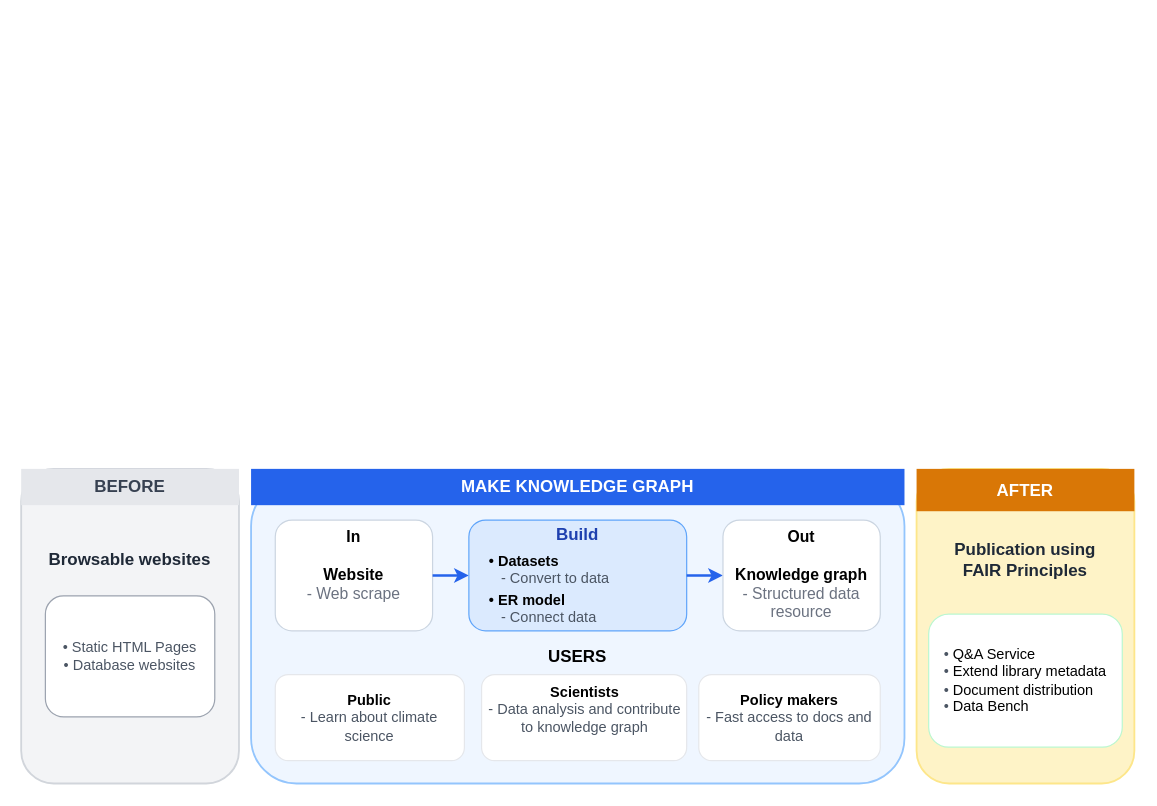
The draw.io diagram images/dia2.drawio in TIBHannover/climate-knowledge-graph, before the edit. Source tidied: cells renumbered, new cells numbered last; positions are measured from the earlier drawing's top-left corner, leaving out a move shared by most shapes. Both pictures are drawn from the tidied source at 121%, with x=0, y=0 at pixel (21, 468).
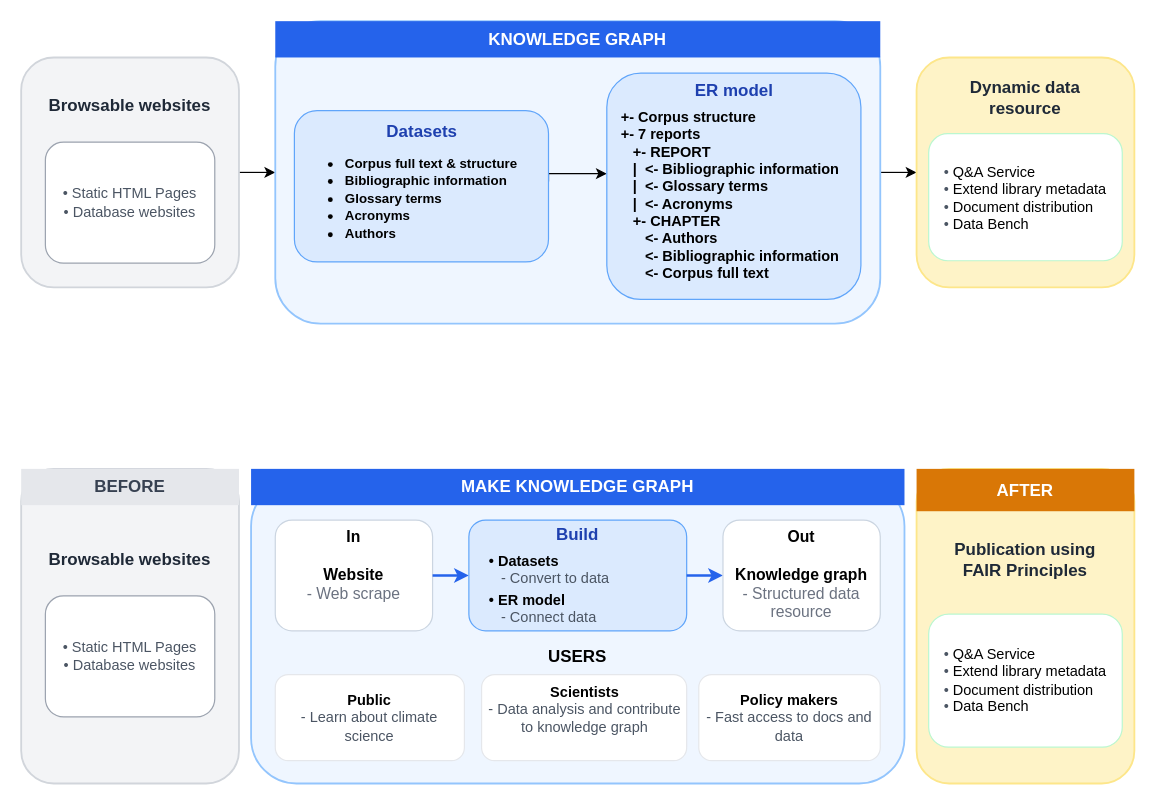
After the change.

The edit, as a diff of the source:
```diff
@@
+    <mxCell id="24" style="edgeStyle=orthogonalEdgeStyle;rounded=0;jettySize=auto;html=1;exitX=1;exitY=0.5;exitDx=0;exitDy=0;entryX=0;entryY=0.5;entryDx=0;entryDy=0;" parent="1" edge="1" source="25" target="27">
+      <mxGeometry relative="1" as="geometry" />
+    </mxCell>
+    <mxCell id="25" style="rounded=1;whiteSpace=wrap;html=1;fillColor=#F3F4F6;strokeColor=#D1D5DB;strokeWidth=1.5;" parent="1" vertex="1">
+      <mxGeometry y="-340" width="180" height="190" as="geometry" />
+    </mxCell>
+    <mxCell id="26" style="edgeStyle=orthogonalEdgeStyle;rounded=0;jettySize=auto;html=1;exitX=1;exitY=0.5;exitDx=0;exitDy=0;entryX=0;entryY=0.5;entryDx=0;entryDy=0;" parent="1" edge="1" source="27" target="28">
+      <mxGeometry relative="1" as="geometry" />
+    </mxCell>
+    <mxCell id="27" style="rounded=1;whiteSpace=wrap;html=1;fillColor=#EFF6FF;strokeColor=#93C5FD;strokeWidth=1.5;verticalAlign=top;" parent="1" vertex="1">
+      <mxGeometry x="210" y="-370" width="500" height="250" as="geometry" />
+    </mxCell>
+    <mxCell id="28" style="rounded=1;whiteSpace=wrap;html=1;fillColor=#FEF3C7;strokeColor=#FDE68A;strokeWidth=1.5;" parent="1" vertex="1">
+      <mxGeometry x="740" y="-340" width="180" height="190" as="geometry" />
+    </mxCell>
+    <mxCell id="29" value="&lt;div style=&quot;text-align: left;&quot;&gt;&lt;span style=&quot;color: rgb(75, 85, 99); background-color: transparent; text-align: center;&quot;&gt;•&lt;/span&gt;&lt;span style=&quot;color: rgb(75, 85, 99); background-color: transparent; text-align: center;&quot;&gt;&amp;nbsp;&lt;/span&gt;&lt;span style=&quot;background-color: transparent; color: light-dark(rgb(0, 0, 0), rgb(255, 255, 255));&quot;&gt;Q&amp;amp;A Service&lt;/span&gt;&lt;/div&gt;&lt;div style=&quot;text-align: left;&quot;&gt;&lt;span style=&quot;color: rgb(75, 85, 99); background-color: transparent; text-align: center;&quot;&gt;•&lt;/span&gt;&lt;span style=&quot;color: rgb(75, 85, 99); background-color: transparent; text-align: center;&quot;&gt;&amp;nbsp;&lt;/span&gt;Extend library metadata&lt;/div&gt;&lt;div style=&quot;text-align: left;&quot;&gt;&lt;span style=&quot;color: rgb(75, 85, 99); background-color: transparent; text-align: center;&quot;&gt;•&lt;/span&gt;&lt;span style=&quot;color: rgb(75, 85, 99); background-color: transparent; text-align: center;&quot;&gt;&amp;nbsp;&lt;/span&gt;Document distribution&lt;/div&gt;&lt;div style=&quot;text-align: left;&quot;&gt;&lt;span style=&quot;color: rgb(75, 85, 99); background-color: transparent; text-align: center;&quot;&gt;•&lt;/span&gt;&lt;span style=&quot;color: rgb(75, 85, 99); background-color: transparent; text-align: center;&quot;&gt;&amp;nbsp;&lt;/span&gt;Data Bench&lt;b&gt;&lt;/b&gt;&lt;/div&gt;" style="rounded=1;whiteSpace=wrap;html=1;fillColor=#FFFFFF;strokeColor=#BBF7D0;fontSize=12;" parent="1" vertex="1">
+      <mxGeometry x="750" y="-277" width="160" height="105" as="geometry" />
+    </mxCell>
+    <mxCell id="30" value="&lt;br&gt;• Static HTML Pages&lt;div&gt;• Database websites&lt;br&gt;&lt;div&gt;&lt;br&gt;&lt;/div&gt;&lt;/div&gt;" style="rounded=1;whiteSpace=wrap;html=1;fillColor=#FFFFFF;strokeColor=#9CA3AF;fontSize=12;fontColor=#4B5563;verticalAlign=middle;spacing=5;" parent="1" vertex="1">
+      <mxGeometry x="20" y="-270" width="140" height="100" as="geometry" />
+    </mxCell>
+    <mxCell id="31" value="&lt;b&gt;Browsable websites&lt;/b&gt;" style="text;html=1;strokeColor=none;fillColor=none;align=center;verticalAlign=middle;whiteSpace=wrap;fontSize=14;fontColor=#1F2937;" parent="1" vertex="1">
+      <mxGeometry x="10" y="-320" width="160" height="40" as="geometry" />
+    </mxCell>
+    <mxCell id="32" value="&lt;b&gt;Dynamic data resource&lt;/b&gt;" style="text;html=1;strokeColor=none;fillColor=none;align=center;verticalAlign=middle;whiteSpace=wrap;fontSize=14;fontColor=#1F2937;" parent="1" vertex="1">
+      <mxGeometry x="755" y="-327" width="150" height="40" as="geometry" />
+    </mxCell>
+    <mxCell id="33" value="KNOWLEDGE GRAPH" style="rounded=0;whiteSpace=wrap;html=1;fillColor=#2563EB;strokeColor=none;fontStyle=1;fontSize=14;fontColor=#FFFFFF;align=center;" parent="1" vertex="1">
+      <mxGeometry x="210" y="-370" width="500" height="30" as="geometry" />
+    </mxCell>
+    <mxCell id="34" style="edgeStyle=orthogonalEdgeStyle;rounded=0;orthogonalLoop=1;jettySize=auto;html=1;exitX=1;exitY=0.5;exitDx=0;exitDy=0;" parent="1" edge="1">
+      <mxGeometry relative="1" as="geometry">
+        <mxPoint x="435.8" y="-237.5" as="sourcePoint" />
+        <mxPoint x="484" y="-244" as="targetPoint" />
+        <Array as="points">
+          <mxPoint x="436" y="-244" />
+        </Array>
+      </mxGeometry>
+    </mxCell>
+    <mxCell id="35" style="rounded=1;whiteSpace=wrap;html=1;fillColor=#DBEAFE;strokeColor=#60A5FA;strokeWidth=1;" parent="1" vertex="1">
+      <mxGeometry x="225.8" y="-296" width="210" height="125" as="geometry" />
+    </mxCell>
+    <mxCell id="36" value="&lt;b&gt;Datasets&lt;/b&gt;" style="text;html=1;strokeColor=none;fillColor=none;align=center;verticalAlign=middle;whiteSpace=wrap;fontSize=14;fontColor=#1E40AF;" parent="35" vertex="1">
+      <mxGeometry x="11.7" y="7.4" width="186.7" height="18.4" as="geometry" />
+    </mxCell>
+    <mxCell id="37" value="&lt;ul&gt;&lt;li&gt;&lt;span id=&quot;docs-internal-guid-bb07573b-7fff-b8c7-e896-8f1429f7417f&quot;&gt;&lt;span style=&quot;font-family: Arial, sans-serif; background-color: transparent; font-variant-numeric: normal; font-variant-east-asian: normal; font-variant-alternates: normal; font-variant-position: normal; font-variant-emoji: normal; vertical-align: baseline; white-space-collapse: preserve;&quot;&gt;&lt;b&gt;&lt;font style=&quot;font-size: 11px;&quot;&gt;Corpus full text &amp;amp; structure &lt;/font&gt;&lt;/b&gt;&lt;/span&gt;&lt;/span&gt;&lt;/li&gt;&lt;li&gt;&lt;span&gt;&lt;span style=&quot;font-family: Arial, sans-serif; background-color: transparent; font-variant-numeric: normal; font-variant-east-asian: normal; font-variant-alternates: normal; font-variant-position: normal; font-variant-emoji: normal; vertical-align: baseline; white-space-collapse: preserve;&quot;&gt;&lt;b&gt;&lt;font style=&quot;font-size: 11px;&quot;&gt;Bibliographic information &lt;/font&gt;&lt;/b&gt;&lt;/span&gt;&lt;/span&gt;&lt;/li&gt;&lt;li&gt;&lt;span&gt;&lt;span style=&quot;font-family: Arial, sans-serif; background-color: transparent; font-variant-numeric: normal; font-variant-east-asian: normal; font-variant-alternates: normal; font-variant-position: normal; font-variant-emoji: normal; vertical-align: baseline; white-space-collapse: preserve;&quot;&gt;&lt;b&gt;&lt;font style=&quot;font-size: 11px;&quot;&gt;Glossary terms &lt;/font&gt;&lt;/b&gt;&lt;/span&gt;&lt;/span&gt;&lt;/li&gt;&lt;li&gt;&lt;span&gt;&lt;span style=&quot;font-family: Arial, sans-serif; background-color: transparent; font-variant-numeric: normal; font-variant-east-asian: normal; font-variant-alternates: normal; font-variant-position: normal; font-variant-emoji: normal; vertical-align: baseline; white-space-collapse: preserve;&quot;&gt;&lt;b&gt;&lt;font style=&quot;font-size: 11px;&quot;&gt;Acronyms &lt;/font&gt;&lt;/b&gt;&lt;/span&gt;&lt;/span&gt;&lt;/li&gt;&lt;li&gt;&lt;span&gt;&lt;span style=&quot;font-family: Arial, sans-serif; background-color: transparent; font-variant-numeric: normal; font-variant-east-asian: normal; font-variant-alternates: normal; font-variant-position: normal; font-variant-emoji: normal; vertical-align: baseline; white-space-collapse: preserve;&quot;&gt;&lt;b style=&quot;&quot;&gt;&lt;font style=&quot;font-size: 11px;&quot;&gt;Authors&lt;/font&gt;&lt;/b&gt;&lt;/span&gt;&lt;/span&gt;&lt;/li&gt;&lt;/ul&gt;&lt;div&gt;&lt;br&gt;&lt;/div&gt;" style="text;html=1;strokeColor=none;fillColor=none;align=left;verticalAlign=top;whiteSpace=wrap;fontSize=12;" parent="35" vertex="1">
+      <mxGeometry y="17.5" width="202.5" height="80" as="geometry" />
+    </mxCell>
+    <mxCell id="38" value="&lt;div&gt;&amp;nbsp; &lt;b&gt;&amp;nbsp;&lt;/b&gt;&lt;/div&gt;&lt;div&gt;&lt;b&gt;&amp;nbsp; &amp;nbsp;+- Corpus structure&lt;/b&gt;&lt;/div&gt;&lt;div&gt;&lt;b&gt;&amp;nbsp; &amp;nbsp;+- 7 reports&lt;/b&gt;&lt;/div&gt;&lt;div&gt;&lt;b&gt;&amp;nbsp; &amp;nbsp; &amp;nbsp; +- REPORT&lt;/b&gt;&lt;/div&gt;&lt;div&gt;&lt;b&gt;&amp;nbsp; &amp;nbsp; &amp;nbsp; |&amp;nbsp; &amp;lt;- Bibliographic information&lt;/b&gt;&lt;/div&gt;&lt;div&gt;&lt;b&gt;&amp;nbsp; &amp;nbsp; &amp;nbsp; |&amp;nbsp; &amp;lt;- Glossary terms&lt;/b&gt;&lt;/div&gt;&lt;div&gt;&lt;b&gt;&amp;nbsp; &amp;nbsp; &amp;nbsp; |&amp;nbsp; &amp;lt;- Acronyms&lt;/b&gt;&lt;/div&gt;&lt;div&gt;&lt;b&gt;&amp;nbsp; &amp;nbsp; &amp;nbsp; +- CHAPTER&lt;/b&gt;&lt;/div&gt;&lt;div&gt;&lt;b&gt;&amp;nbsp; &amp;nbsp; &amp;nbsp; &amp;nbsp; &amp;nbsp;&amp;lt;- Authors&lt;/b&gt;&lt;/div&gt;&lt;div&gt;&lt;b&gt;&amp;nbsp; &amp;nbsp; &amp;nbsp; &amp;nbsp; &amp;nbsp;&amp;lt;- Bibliographic information&lt;/b&gt;&lt;/div&gt;&lt;div&gt;&lt;b&gt;&amp;nbsp; &amp;nbsp; &amp;nbsp; &amp;nbsp; &amp;nbsp;&amp;lt;- Corpus full text&lt;/b&gt;&lt;/div&gt;" style="rounded=1;whiteSpace=wrap;html=1;fillColor=#DBEAFE;strokeColor=#60A5FA;strokeWidth=1;align=left;verticalAlign=middle;" parent="1" vertex="1">
+      <mxGeometry x="484" y="-327" width="210" height="187" as="geometry" />
+    </mxCell>
+    <mxCell id="39" value="&lt;b&gt;ER model&lt;/b&gt;" style="text;html=1;strokeColor=none;fillColor=none;align=center;verticalAlign=middle;whiteSpace=wrap;fontSize=14;fontColor=#1E40AF;" parent="38" vertex="1">
+      <mxGeometry x="11.7" width="186.7" height="27.5" as="geometry" />
+    </mxCell>
```
